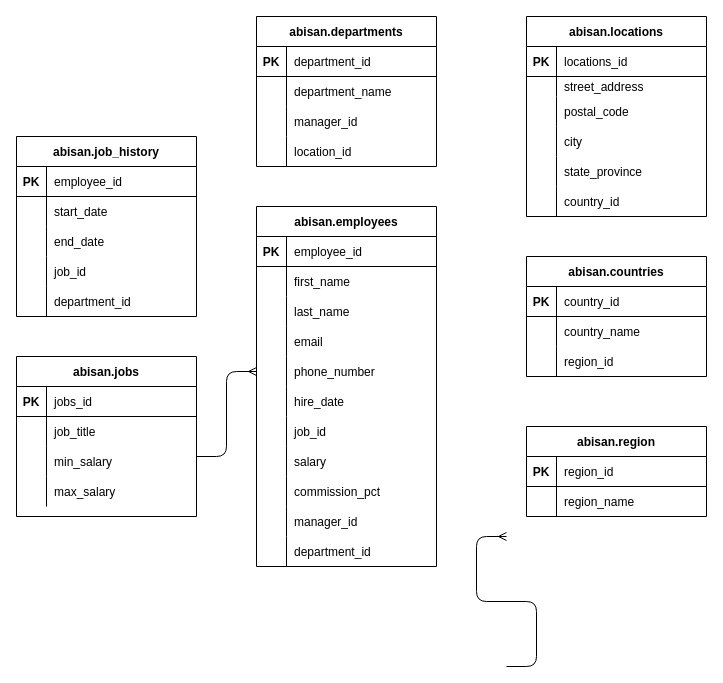
The draw.io diagram Untitled Diagram.drawio in Abisan-AP/CreatingERDs, before the edit. Source tidied: cells renumbered, new cells numbered last; positions are measured from the earlier drawing's top-left corner, leaving out a move shared by most shapes. Both pictures are drawn from the tidied source at 100%, with x=0, y=0 at pixel (16, 16).
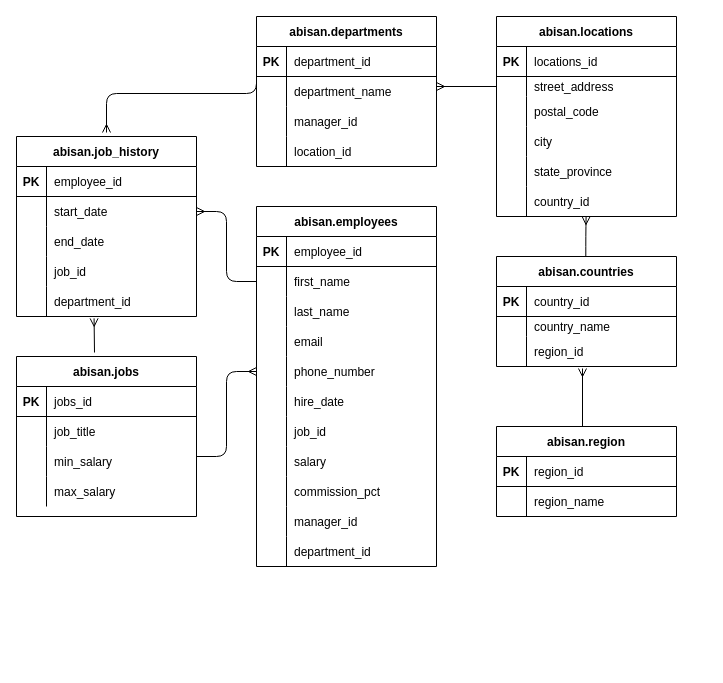
After the change.

Unchanged cells that the change refers to:
```xml
<mxCell id="9" value="abisan.departments" style="shape=table;startSize=30;childLayout=tableLayout;rowLines=0;fontStyle=1;align=center;" parent="1" vertex="1">
  <mxGeometry x="240" width="180" height="150" as="geometry" />
</mxCell>
<mxCell id="55" style="shape=partialRectangle;fillColor=none;top=0;left=0;bottom=0;right=0;points=[[0,0.5],[1,0.5]];portConstraint=eastwest;" parent="51" vertex="1">
  <mxGeometry y="60" width="180" height="30" as="geometry" />
</mxCell>
<mxCell id="64" style="shape=partialRectangle;fillColor=none;top=0;left=0;bottom=0;right=0;points=[[0,0.5],[1,0.5]];portConstraint=eastwest;" parent="51" vertex="1">
  <mxGeometry y="150" width="180" height="30" as="geometry" />
</mxCell>
<mxCell id="84" style="shape=partialRectangle;fillColor=none;top=0;left=0;bottom=0;right=0;points=[[0,0.5],[1,0.5]];portConstraint=eastwest;" parent="80" vertex="1">
  <mxGeometry y="60" width="180" height="30" as="geometry" />
</mxCell>
<mxCell id="93" style="shape=partialRectangle;fillColor=none;top=0;left=0;bottom=0;right=0;points=[[0,0.5],[1,0.5]];portConstraint=eastwest;" parent="80" vertex="1">
  <mxGeometry y="150" width="180" height="30" as="geometry" />
</mxCell>
```

Change to the diagram source:
```diff
@@
     <mxCell id="2" value="abisan.region" style="shape=table;startSize=30;childLayout=tableLayout;rowLines=0;fontStyle=1;align=center;" parent="1" vertex="1">
-      <mxGeometry x="510" y="410" width="180" height="90" as="geometry" />
+      <mxGeometry x="480" y="410" width="180" height="90" as="geometry" />
     </mxCell>
@@
     <mxCell id="22" value="abisan.locations" style="shape=table;startSize=30;childLayout=tableLayout;rowLines=0;fontStyle=1;align=center;" parent="1" vertex="1">
-      <mxGeometry x="510" width="180" height="200" as="geometry" />
+      <mxGeometry x="480" width="180" height="200" as="geometry" />
     </mxCell>
@@
     <mxCell id="41" value="abisan.countries" style="shape=table;startSize=30;childLayout=tableLayout;rowLines=0;fontStyle=1;align=center;" parent="1" vertex="1">
-      <mxGeometry x="510" y="240" width="180" height="120" as="geometry" />
+      <mxGeometry x="480" y="240" width="180" height="110" as="geometry" />
     </mxCell>
@@
     <mxCell id="45" style="shape=partialRectangle;fillColor=none;top=0;left=0;bottom=0;right=0;" parent="41" vertex="1">
-      <mxGeometry y="60" width="180" height="30" as="geometry" />
+      <mxGeometry y="60" width="180" height="20" as="geometry" />
     </mxCell>
     <mxCell id="46" style="shape=partialRectangle;fillColor=none;top=0;left=0;bottom=0;right=0;overflow=hidden;" parent="45" vertex="1">
-      <mxGeometry width="30" height="30" as="geometry" />
+      <mxGeometry width="30" height="20" as="geometry" />
     </mxCell>
     <mxCell id="47" value="country_name" style="shape=partialRectangle;fillColor=none;top=0;left=0;bottom=0;right=0;align=left;spacingLeft=6;overflow=hidden;" parent="45" vertex="1">
-      <mxGeometry x="30" width="150" height="30" as="geometry" />
+      <mxGeometry x="30" width="150" height="20" as="geometry" />
     </mxCell>
     <mxCell id="48" style="shape=partialRectangle;fillColor=none;top=0;left=0;bottom=0;right=0;" parent="41" vertex="1">
-      <mxGeometry y="90" width="180" height="30" as="geometry" />
+      <mxGeometry y="80" width="180" height="30" as="geometry" />
     </mxCell>
@@
-    <mxCell id="114" style="edgeStyle=entityRelationEdgeStyle;fontSize=12;html=1;endArrow=ERmany;entryX=0;entryY=0.5;entryDx=0;entryDy=0;" parent="1" edge="1" target="93">
+    <mxCell id="114" style="edgeStyle=elbowEdgeStyle;fontSize=12;html=1;endArrow=ERmany;entryX=0;entryY=0.5;entryDx=0;entryDy=0;" parent="1" edge="1" target="93">
       <mxGeometry relative="1" as="geometry">
         <mxPoint x="180" y="440" as="sourcePoint" />
       </mxGeometry>
     </mxCell>
-    <mxCell id="115" style="edgeStyle=entityRelationEdgeStyle;fontSize=12;html=1;endArrow=ERmany;" parent="1" edge="1">
+    <mxCell id="115" style="fontSize=12;html=1;endArrow=ERmany;" parent="1" edge="1">
       <mxGeometry relative="1" as="geometry">
-        <mxPoint x="490" y="650" as="sourcePoint" />
-        <mxPoint x="490" y="520" as="targetPoint" />
+        <mxPoint x="566" y="410" as="sourcePoint" />
+        <mxPoint x="566" y="352" as="targetPoint" />
       </mxGeometry>
     </mxCell>
+    <mxCell id="116" style="fontSize=12;html=1;endArrow=ERmany;" parent="1" edge="1">
+      <mxGeometry relative="1" as="geometry">
+        <mxPoint x="569.3" y="240" as="sourcePoint" />
+        <mxPoint x="569.6" y="200" as="targetPoint" />
+        <Array as="points">
+          <mxPoint x="569.3" y="220" />
+        </Array>
+      </mxGeometry>
+    </mxCell>
+    <mxCell id="117" style="fontSize=12;html=1;endArrow=ERmany;" parent="1" edge="1">
+      <mxGeometry relative="1" as="geometry">
+        <mxPoint x="480" y="70" as="sourcePoint" />
+        <mxPoint x="420" y="70" as="targetPoint" />
+      </mxGeometry>
+    </mxCell>
+    <mxCell id="118" style="edgeStyle=elbowEdgeStyle;fontSize=12;html=1;endArrow=ERmany;exitX=0;exitY=0.25;exitDx=0;exitDy=0;elbow=vertical;" parent="1" edge="1" source="9">
+      <mxGeometry relative="1" as="geometry">
+        <mxPoint x="90" y="116" as="targetPoint" />
+      </mxGeometry>
+    </mxCell>
+    <mxCell id="119" style="edgeStyle=entityRelationEdgeStyle;fontSize=12;html=1;endArrow=ERmany;exitX=0;exitY=0.5;exitDx=0;exitDy=0;entryX=1;entryY=0.5;entryDx=0;entryDy=0;" parent="1" edge="1" source="84" target="55">
+      <mxGeometry relative="1" as="geometry" />
+    </mxCell>
+    <mxCell id="120" style="fontSize=12;html=1;endArrow=ERmany;entryX=0.431;entryY=1.062;entryDx=0;entryDy=0;entryPerimeter=0;" parent="1" edge="1" target="64">
+      <mxGeometry relative="1" as="geometry">
+        <mxPoint x="78" y="336" as="sourcePoint" />
+      </mxGeometry>
+    </mxCell>
```
